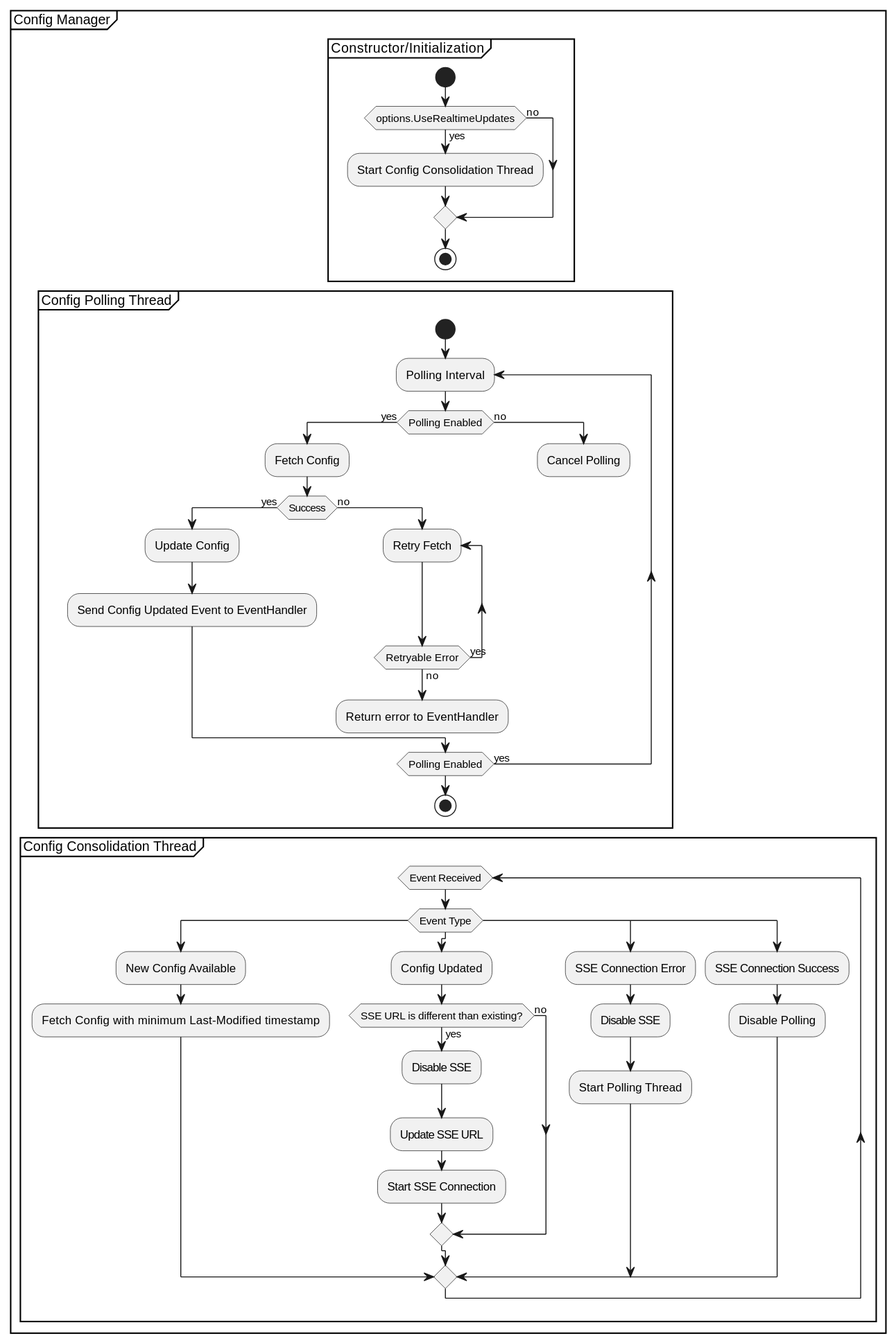
Earlier version of the PlantUML export static/diagrams/config-manager.svg (DevCycleHQ/devcycle-docs). Its diagram source:
```plantuml
@startuml
group Config Manager
group Constructor/Initialization
start
    if (options.UseRealtimeUpdates) then (yes)
        :Start Config Consolidation Thread;
    else (no)
    endif
stop
end group

group Config Polling Thread
start
    repeat :Polling Interval;
        if (Polling Enabled) then (yes)
            :Fetch Config;
            if (Success) then (yes)
                :Update Config;
                :Send Config Updated Event to EventHandler;
        else (no)
            repeat :Retry Fetch;
            repeat while (Retryable Error) is (yes) not (no)
            :Return error to EventHandler;
            kill
        endif
        else (no)
        :Cancel Polling;
        kill
        endif
    repeat while (Polling Enabled) is (yes)
stop
end group


group Config Consolidation Thread

    while (Event Received)
    switch (Event Type)
        case ()
            :New Config Available;
            :Fetch Config with minimum Last-Modified timestamp;
        case ()
            :Config Updated;
            if (SSE URL is different than existing?) then (yes)
                :Disable SSE;
                :Update SSE URL;
                :Start SSE Connection;
            else (no)
            endif
        case ()
            :SSE Connection Error;
            :Disable SSE;
            :Start Polling Thread;
        case ()
            :SSE Connection Success;
            :Disable Polling;
    endswitch
  endwhile
  -[hidden]->
  detach
end group
end group
@enduml
```
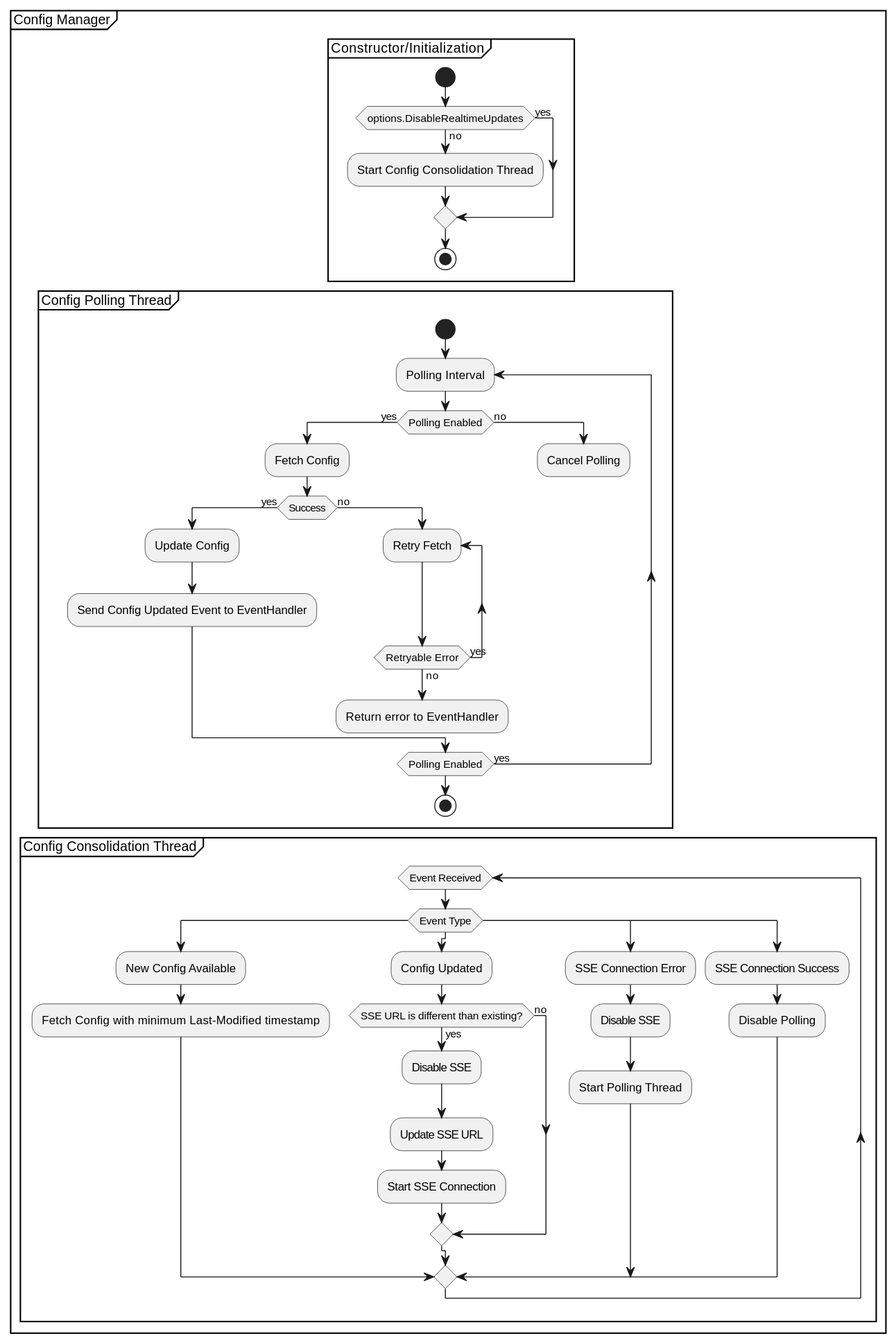
Above is the later version.

Commit message:
Generate SVG files for PlantUML diagrams

The edit, as a diff of the source:
```diff
@@ -2,9 +2,9 @@
 group Config Manager
 group Constructor/Initialization
 start
-    if (options.UseRealtimeUpdates) then (yes)
+    if (options.DisableRealtimeUpdates) then (no)
         :Start Config Consolidation Thread;
-    else (no)
+    else (yes)
     endif
 stop
 end group
```
